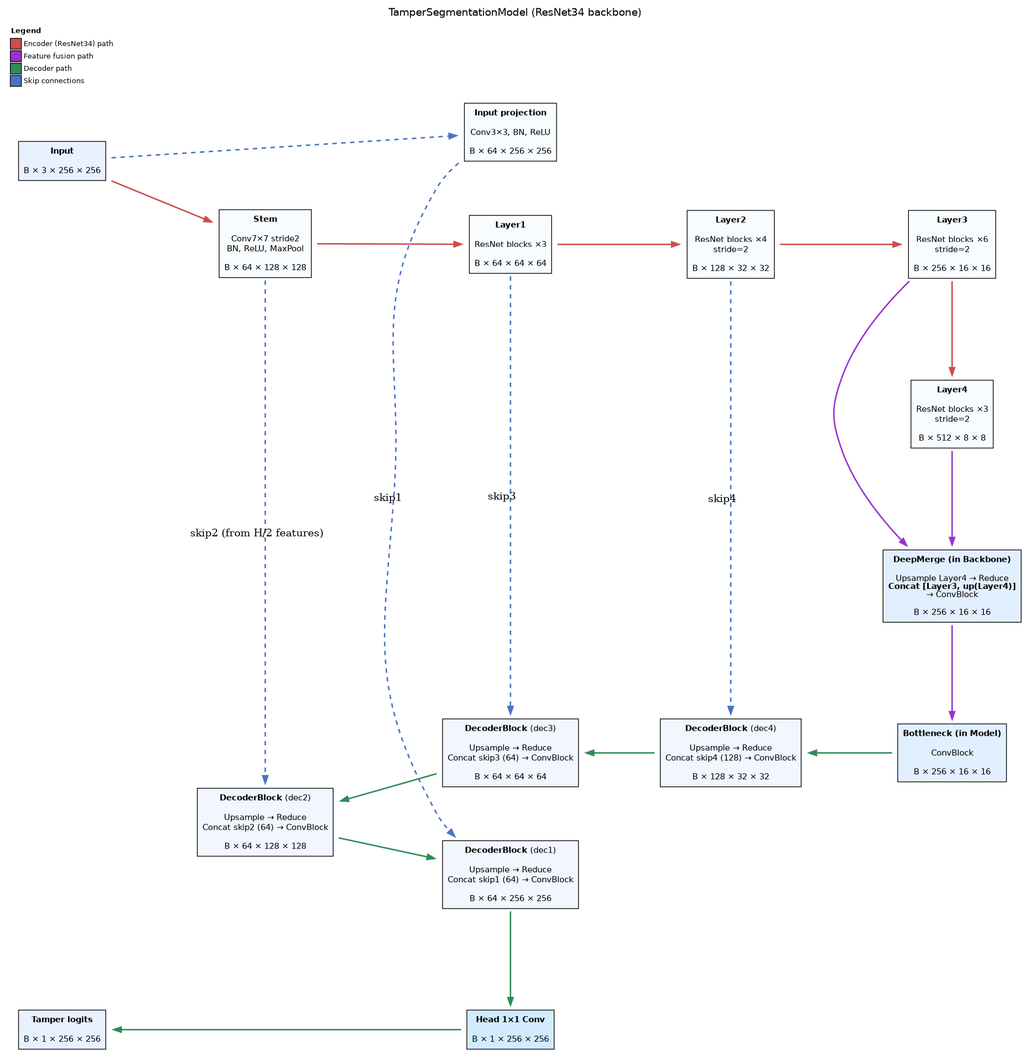
Before: docs/figures/TamperSegmentationModel.png, a diagram exported from Graphviz (BjarkeKarlsen/Deep-Learning-for-Visual-Recognition). Its source is kept beside it as docs/figures/TamperSegmentationModel.dot.
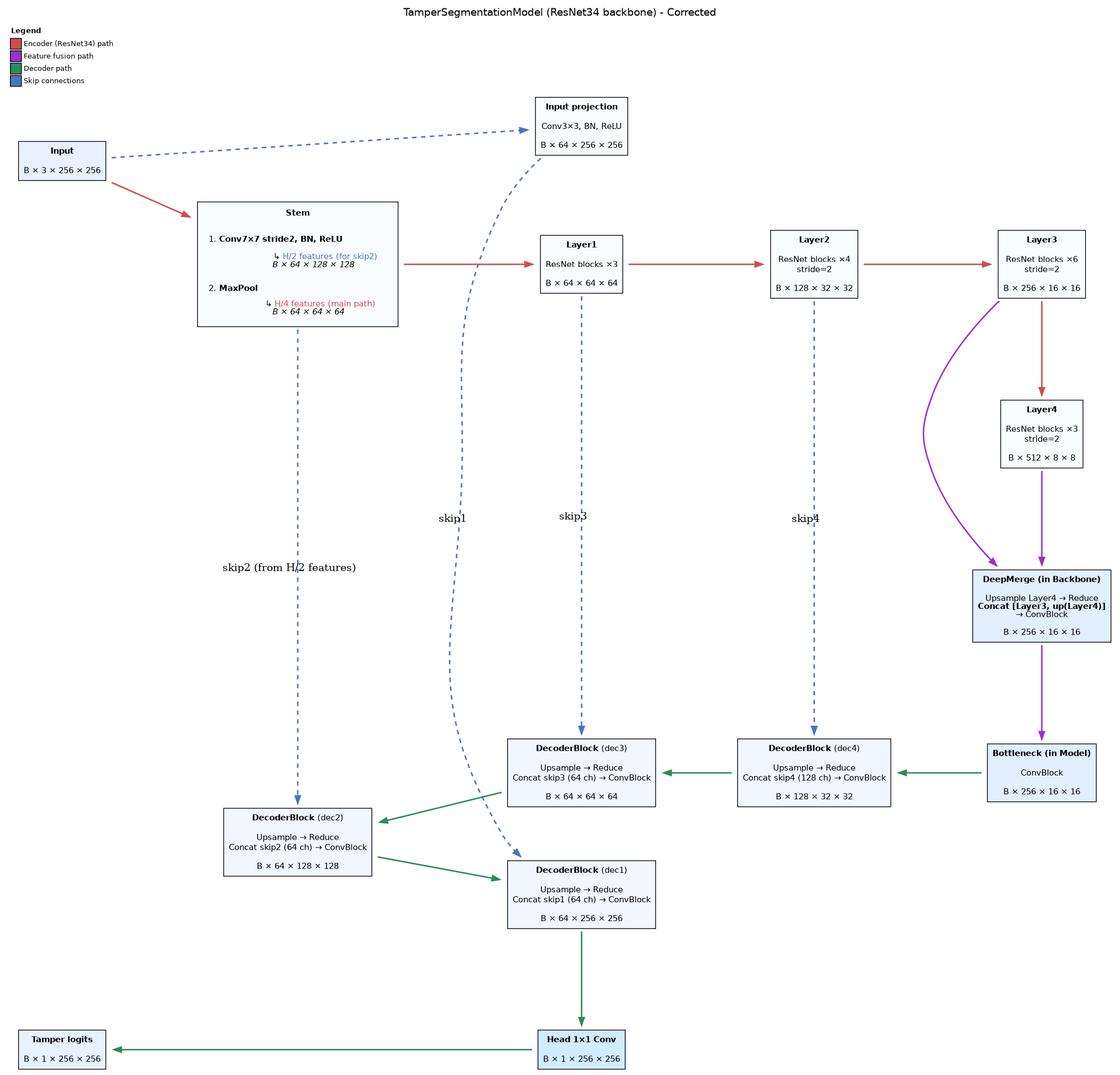
Later version of the same file.

Change to the diagram source:
```diff
@@ -1,7 +1,7 @@
 digraph TamperSegmentationModel {
   graph [rankdir=LR, splines=true, nodesep=0.9, ranksep=1.3,
          fontname="Helvetica", fontsize=14,
-         label="TamperSegmentationModel (ResNet34 backbone)", labelloc="t"];
+         label="TamperSegmentationModel (ResNet34 backbone) - Corrected", labelloc="t"];
   node  [shape=plaintext, fontname="Helvetica", fontsize=11];
   edge  [penwidth=2];
 
@@ -21,10 +21,28 @@
   >];
 
   Stem [label=<
-    <table border="1" cellborder="0" cellspacing="0" cellpadding="6" bgcolor="#f9fcff">
-      <tr><td><b>Stem</b></td></tr>
-      <tr><td>Conv7×7 stride2<br/>BN, ReLU, MaxPool</td></tr>
-      <tr><td>B × 64 × 128 × 128</td></tr>
+    <table border="1" cellborder="0" cellspacing="0" cellpadding="8" bgcolor="#f9fcff">
+      <tr><td align="center"><b>Stem</b></td></tr>
+      <tr><td align="left">
+        <table border="0" cellborder="0" cellpadding="4">
+          <tr><td align="left" colspan="2">1. <b>Conv7×7 stride2, BN, ReLU</b></td></tr>
+          <tr>
+            <td width="20"></td>
+            <td align="left">
+              ↳ <font color="#4a74c1">H/2 features (for skip2)</font><br/>
+              &nbsp;&nbsp;&nbsp;<i>B × 64 × 128 × 128</i>
+            </td>
+          </tr>
+          <tr><td align="left" colspan="2"><br/>2. <b>MaxPool</b></td></tr>
+          <tr>
+            <td width="20"></td>
+            <td align="left">
+              ↳ <font color="#cc4d4d">H/4 features (main path)</font><br/>
+              &nbsp;&nbsp;&nbsp;<i>B × 64 × 64 × 64</i>
+            </td>
+          </tr>
+        </table>
+      </td></tr>
     </table>
   >];
 
@@ -79,7 +97,7 @@
   Dec4 [label=<
     <table border="1" cellborder="0" cellspacing="0" cellpadding="6" bgcolor="#f1f6ff">
       <tr><td><b>DecoderBlock</b> (dec4)</td></tr>
-      <tr><td>Upsample → Reduce<br/>Concat skip4 (128) → ConvBlock</td></tr>
+      <tr><td>Upsample → Reduce<br/>Concat skip4 (128 ch) → ConvBlock</td></tr>
       <tr><td>B × 128 × 32 × 32</td></tr>
     </table>
   >];
@@ -87,7 +105,7 @@
   Dec3 [label=<
     <table border="1" cellborder="0" cellspacing="0" cellpadding="6" bgcolor="#f1f6ff">
       <tr><td><b>DecoderBlock</b> (dec3)</td></tr>
-      <tr><td>Upsample → Reduce<br/>Concat skip3 (64) → ConvBlock</td></tr>
+      <tr><td>Upsample → Reduce<br/>Concat skip3 (64 ch) → ConvBlock</td></tr>
       <tr><td>B × 64 × 64 × 64</td></tr>
     </table>
   >];
@@ -95,7 +113,7 @@
   Dec2 [label=<
     <table border="1" cellborder="0" cellspacing="0" cellpadding="6" bgcolor="#f1f6ff">
       <tr><td><b>DecoderBlock</b> (dec2)</td></tr>
-      <tr><td>Upsample → Reduce<br/>Concat skip2 (64) → ConvBlock</td></tr>
+      <tr><td>Upsample → Reduce<br/>Concat skip2 (64 ch) → ConvBlock</td></tr>
       <tr><td>B × 64 × 128 × 128</td></tr>
     </table>
   >];
@@ -103,7 +121,7 @@
   Dec1 [label=<
     <table border="1" cellborder="0" cellspacing="0" cellpadding="6" bgcolor="#f1f6ff">
       <tr><td><b>DecoderBlock</b> (dec1)</td></tr>
-      <tr><td>Upsample → Reduce<br/>Concat skip1 (64) → ConvBlock</td></tr>
+      <tr><td>Upsample → Reduce<br/>Concat skip1 (64 ch) → ConvBlock</td></tr>
       <tr><td>B × 64 × 256 × 256</td></tr>
     </table>
   >];
@@ -141,7 +159,6 @@
   Layer1 -> Dec3 [label="skip3", constraint=false];
   Layer2 -> Dec4 [label="skip4", constraint=false];
 
-
   {rank=same; Input; Output}
   {rank=same; InputProj; Dec1; Head}
   {rank=same; Stem; Dec2}
```
